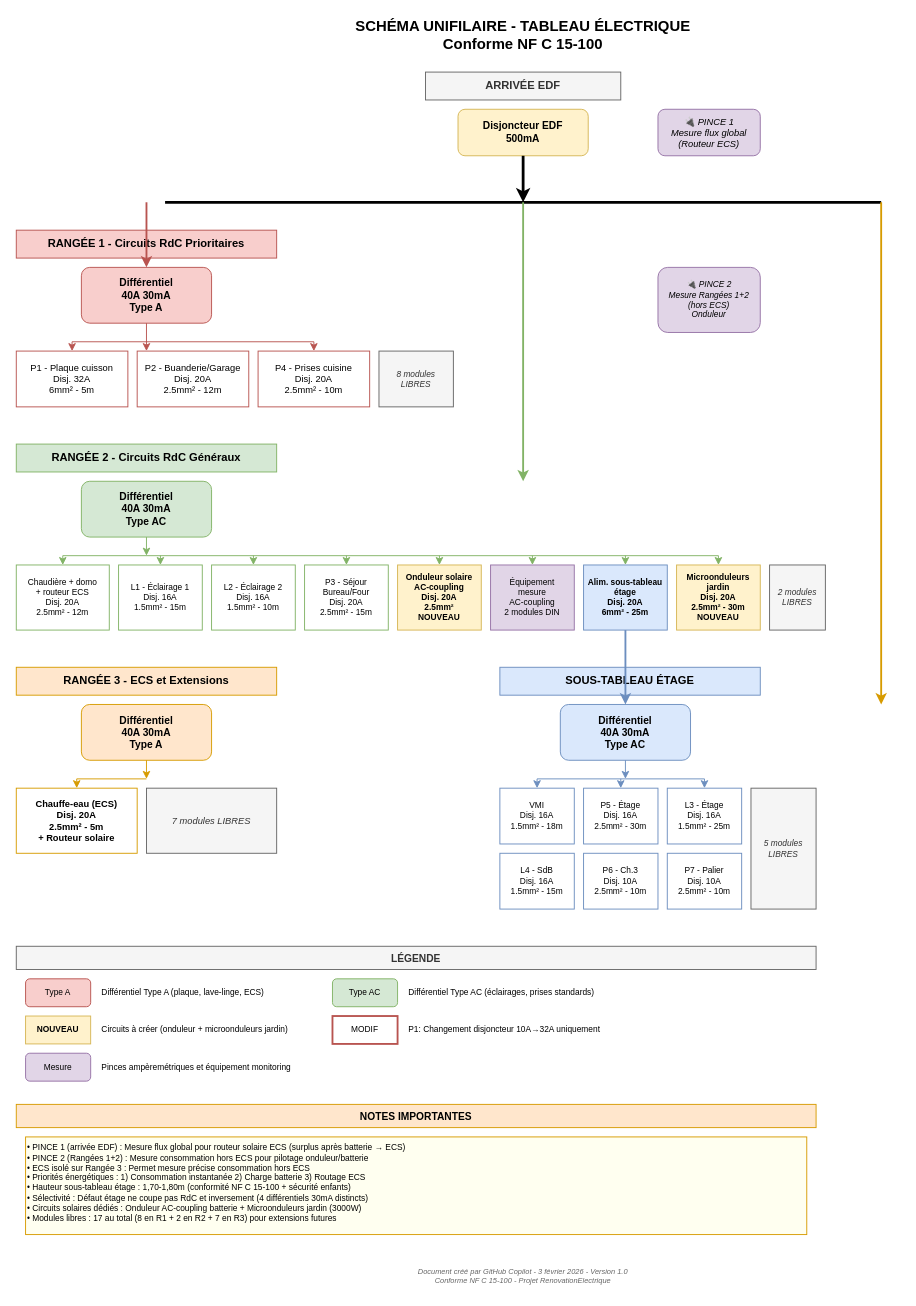
Above: doc/schema_unifilaire_tableau.drawio in pledou/RenovationElectrique (draw.io), before the change. Source tidied: cells renumbered, new cells numbered last; positions are measured from the earlier drawing's top-left corner, leaving out a move shared by most shapes. Both pictures are drawn from the tidied source at 93%, with x=0, y=0 at pixel (16, 16).
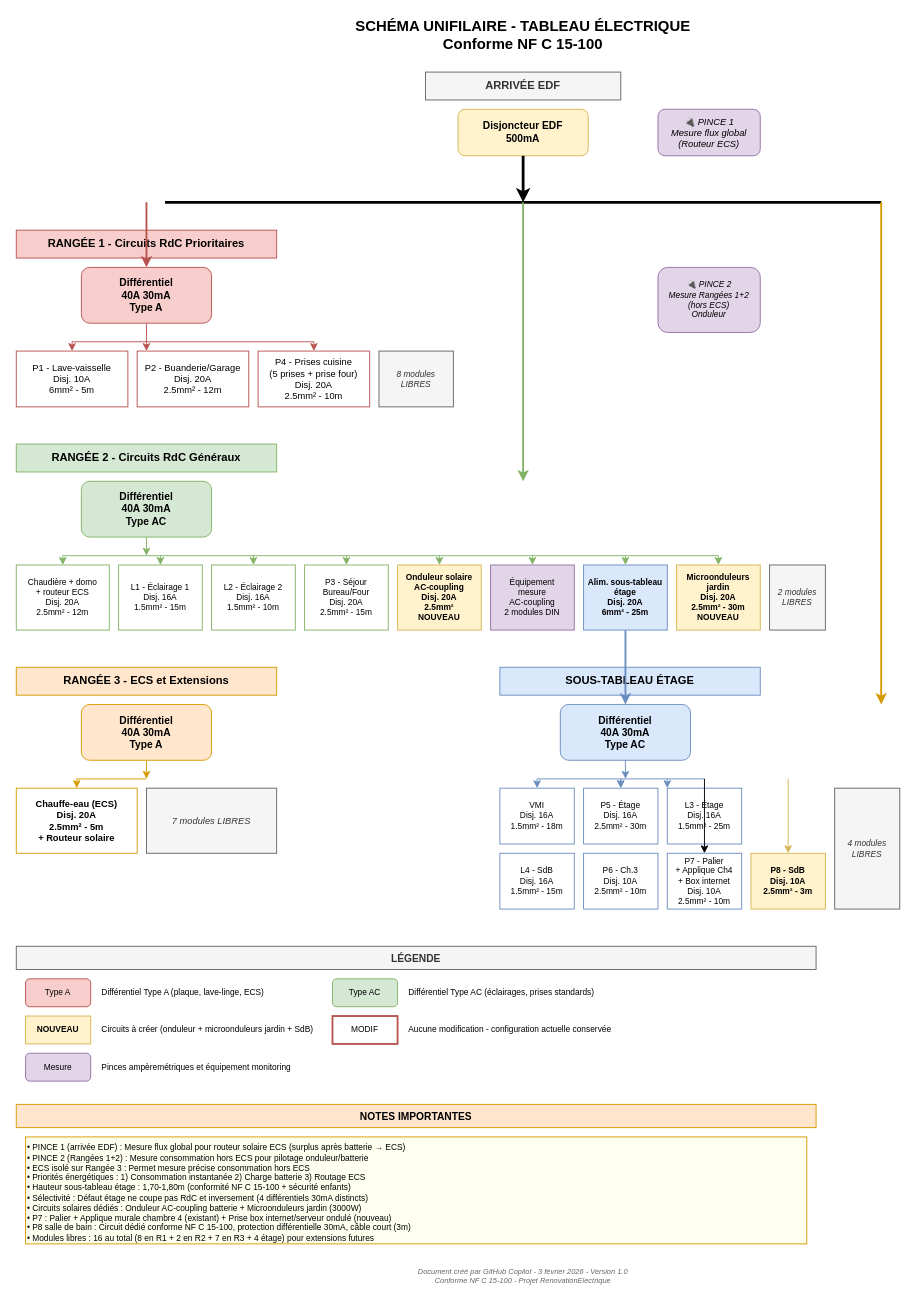
After the change.

Commit message (it also covers changes not shown here):
Mise à jour installation existante et nouveaux circuits de prises

What changed in the source:
```diff
@@
-    <mxCell id="11" value="P1 - Plaque cuisson&#10;Disj. 32A&#10;6mm² - 5m" style="rounded=0;whiteSpace=wrap;html=1;fillColor=#ffffff;strokeColor=#b85450;fontSize=10;" parent="1" vertex="1">
+    <mxCell id="11" value="P1 - Lave-vaisselle&#10;Disj. 10A&#10;6mm² - 5m" style="rounded=0;whiteSpace=wrap;html=1;fillColor=#ffffff;strokeColor=#b85450;fontSize=10;" parent="1" vertex="1">
       <mxGeometry y="360" width="120" height="60" as="geometry" />
     </mxCell>
@@
-    <mxCell id="13" value="P4 - Prises cuisine&#10;Disj. 20A&#10;2.5mm² - 10m" style="rounded=0;whiteSpace=wrap;html=1;fillColor=#ffffff;strokeColor=#b85450;fontSize=10;" parent="1" vertex="1">
+    <mxCell id="13" value="P4 - Prises cuisine&#10;(5 prises + prise four)&#10;Disj. 20A&#10;2.5mm² - 10m" style="rounded=0;whiteSpace=wrap;html=1;fillColor=#ffffff;strokeColor=#b85450;fontSize=10;" parent="1" vertex="1">
       <mxGeometry x="260" y="360" width="120" height="60" as="geometry" />
     </mxCell>
@@
-    <mxCell id="58" value="P7 - Palier&#10;Disj. 10A&#10;2.5mm² - 10m" style="rounded=0;whiteSpace=wrap;html=1;fillColor=#ffffff;strokeColor=#6c8ebf;fontSize=9;" parent="1" vertex="1">
+    <mxCell id="58" value="P7 - Palier&#10;+ Applique Ch4&#10;+ Box internet&#10;Disj. 10A&#10;2.5mm² - 10m" style="rounded=0;whiteSpace=wrap;html=1;fillColor=#ffffff;strokeColor=#6c8ebf;fontSize=9;" parent="1" vertex="1">
       <mxGeometry x="700" y="900" width="80" height="60" as="geometry" />
     </mxCell>
+    <mxCell id="79" value="P8 - SdB&#10;Disj. 10A&#10;2.5mm² - 3m" style="rounded=0;whiteSpace=wrap;html=1;fillColor=#fff2cc;strokeColor=#d6b656;fontSize=9;fontStyle=1;" parent="1" vertex="1">
+      <mxGeometry x="790" y="900" width="80" height="60" as="geometry" />
+    </mxCell>
-    <mxCell id="59" value="5 modules&#10;LIBRES" style="rounded=0;whiteSpace=wrap;html=1;fillColor=#f5f5f5;strokeColor=#666666;fontSize=9;fontStyle=2;fontColor=#333333;" parent="1" vertex="1">
-      <mxGeometry x="790" y="830" width="70" height="130" as="geometry" />
+    <mxCell id="59" value="4 modules&#10;LIBRES" style="rounded=0;whiteSpace=wrap;html=1;fillColor=#f5f5f5;strokeColor=#666666;fontSize=9;fontStyle=2;fontColor=#333333;" parent="1" vertex="1">
+      <mxGeometry x="880" y="830" width="70" height="130" as="geometry" />
     </mxCell>
@@
-    <mxCell id="64" style="endArrow=classic;html=1;strokeWidth=1;strokeColor=#6c8ebf;" parent="1" edge="1">
-      <mxGeometry relative="1" as="geometry">
-        <mxPoint x="740" y="820" as="sourcePoint" />
-        <mxPoint x="740" y="830" as="targetPoint" />
-      </mxGeometry>
-    </mxCell>
+    <mxCell id="80" style="endArrow=classic;html=1;strokeWidth=1;strokeColor=#6c8ebf;" parent="1" edge="1">
+      <mxGeometry relative="1" as="geometry">
+        <mxPoint x="650" y="820" as="sourcePoint" />
+        <mxPoint x="650" y="830" as="targetPoint" />
+      </mxGeometry>
+    </mxCell>
+    <mxCell id="81" style="endArrow=classic;html=1;strokeWidth=1;strokeColor=#6c8ebf;" parent="1" edge="1">
+      <mxGeometry relative="1" as="geometry">
+        <mxPoint x="700" y="820" as="sourcePoint" />
+        <mxPoint x="700" y="830" as="targetPoint" />
+      </mxGeometry>
+    </mxCell>
+    <mxCell id="82" style="endArrow=classic;html=1;strokeWidth=1;strokeColor:#6c8ebf;" parent="1" edge="1">
+      <mxGeometry relative="1" as="geometry">
+        <mxPoint x="740" y="820" as="sourcePoint" />
+        <mxPoint x="740" y="900" as="targetPoint" />
+      </mxGeometry>
+    </mxCell>
+    <mxCell id="83" style="endArrow=classic;html=1;strokeWidth=1;strokeColor=#d6b656;" parent="1" edge="1">
+      <mxGeometry relative="1" as="geometry">
+        <mxPoint x="830" y="820" as="sourcePoint" />
+        <mxPoint x="830" y="900" as="targetPoint" />
+      </mxGeometry>
+    </mxCell>
@@
-    <mxCell id="71" value="Circuits à créer (onduleur + microonduleurs jardin)" style="text;html=1;align=left;verticalAlign=middle;whiteSpace=wrap;fontSize=9;" parent="1" vertex="1">
+    <mxCell id="71" value="Circuits à créer (onduleur + microonduleurs jardin + SdB)" style="text;html=1;align=left;verticalAlign=middle;whiteSpace=wrap;fontSize=9;" parent="1" vertex="1">
       <mxGeometry x="90" y="1075" width="250" height="30" as="geometry" />
     </mxCell>
@@
-    <mxCell id="73" value="P1: Changement disjoncteur 10A→32A uniquement" style="text;html=1;align=left;verticalAlign=middle;whiteSpace=wrap;fontSize=9;" parent="1" vertex="1">
+    <mxCell id="73" value="Aucune modification - configuration actuelle conservée" style="text;html=1;align=left;verticalAlign=middle;whiteSpace=wrap;fontSize=9;" parent="1" vertex="1">
       <mxGeometry x="420" y="1075" width="270" height="30" as="geometry" />
     </mxCell>
@@
-    <mxCell id="77" value="• PINCE 1 (arrivée EDF) : Mesure flux global pour routeur solaire ECS (surplus après batterie → ECS)&#10;• PINCE 2 (Rangées 1+2) : Mesure consommation hors ECS pour pilotage onduleur/batterie&#10;• ECS isolé sur Rangée 3 : Permet mesure précise consommation hors ECS&#10;• Priorités énergétiques : 1) Consommation instantanée  2) Charge batterie  3) Routage ECS&#10;• Hauteur sous-tableau étage : 1,70-1,80m (conformité NF C 15-100 + sécurité enfants)&#10;• Sélectivité : Défaut étage ne coupe pas RdC et inversement (4 différentiels 30mA distincts)&#10;• Circuits solaires dédiés : Onduleur AC-coupling batterie + Microonduleurs jardin (3000W)&#10;• Modules libres : 17 au total (8 en R1 + 2 en R2 + 7 en R3) pour extensions futures" style="text;html=1;align=left;verticalAlign=top;whiteSpace=wrap;fontSize=9;fillColor=#fffff0;strokeColor=#d79b00;" parent="1" vertex="1">
-      <mxGeometry x="10" y="1205" width="840" height="105" as="geometry" />
+    <mxCell id="77" value="• PINCE 1 (arrivée EDF) : Mesure flux global pour routeur solaire ECS (surplus après batterie → ECS)&#10;• PINCE 2 (Rangées 1+2) : Mesure consommation hors ECS pour pilotage onduleur/batterie&#10;• ECS isolé sur Rangée 3 : Permet mesure précise consommation hors ECS&#10;• Priorités énergétiques : 1) Consommation instantanée  2) Charge batterie  3) Routage ECS&#10;• Hauteur sous-tableau étage : 1,70-1,80m (conformité NF C 15-100 + sécurité enfants)&#10;• Sélectivité : Défaut étage ne coupe pas RdC et inversement (4 différentiels 30mA distincts)&#10;• Circuits solaires dédiés : Onduleur AC-coupling batterie + Microonduleurs jardin (3000W)&#10;• P7 : Palier + Applique murale chambre 4 (existant) + Prise box internet/serveur ondulé (nouveau)&#10;• P8 salle de bain : Circuit dédié conforme NF C 15-100, protection différentielle 30mA, câble court (3m)&#10;• Modules libres : 16 au total (8 en R1 + 2 en R2 + 7 en R3 + 4 étage) pour extensions futures" style="text;html=1;align=left;verticalAlign=top;whiteSpace=wrap;fontSize=9;fillColor=#fffff0;strokeColor=#d79b00;" parent="1" vertex="1">
+      <mxGeometry x="10" y="1205" width="840" height="115" as="geometry" />
     </mxCell>
```
